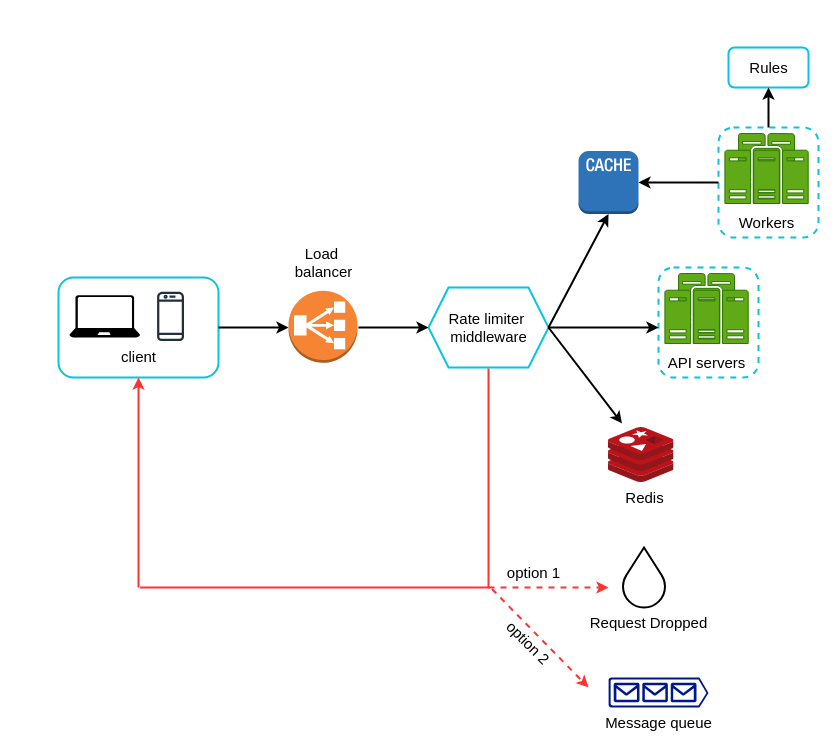
mohamedsugal/System-design keeps this draw.io diagram as Rate-limiter/Rate-limiter-design.drawio. Above is the earlier version. Source tidied: cells renumbered, new cells numbered last; positions are measured from the earlier drawing's top-left corner, leaving out a move shared by most shapes. Both pictures are drawn from the tidied source at 100%, with x=0, y=0 at pixel (58, 47).
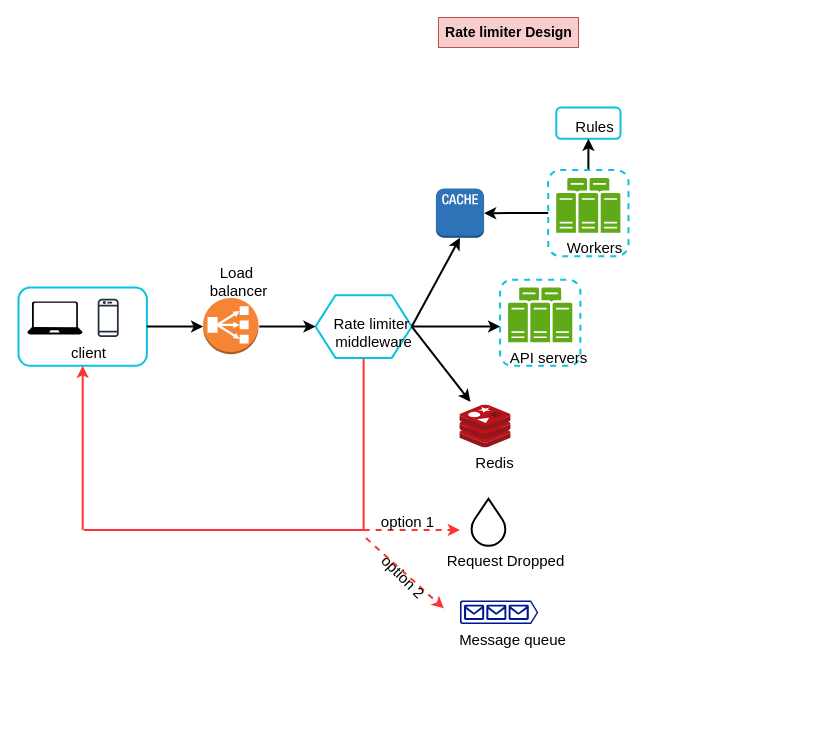
The same diagram, later.

The edit, as a diff of the source:
```diff
@@
+    <mxCell id="44" style="group;" parent="1" vertex="1">
+      <mxGeometry x="-40" y="60" width="610" height="540" as="geometry" />
+    </mxCell>
-    <mxCell id="2" style="rounded=1;whiteSpace=wrap;html=1;fillColor=none;strokeColor=#09C3E0;strokeWidth=2;" parent="1" vertex="1">
-      <mxGeometry y="230" width="160" height="100" as="geometry" />
+    <mxCell id="2" style="rounded=1;whiteSpace=wrap;html=1;fillColor=none;strokeColor=#09C3E0;strokeWidth=2;" parent="44" vertex="1">
+      <mxGeometry y="180" width="128.4" height="78.3" as="geometry" />
     </mxCell>
-    <mxCell id="3" style="sketch=0;fontColor=#232F3E;gradientColor=none;fillColor=#232F3D;strokeColor=none;dashed=0;verticalLabelPosition=bottom;verticalAlign=top;align=center;html=1;fontSize=12;fontStyle=0;shape=mxgraph.aws4.mobile_client;" parent="1" vertex="1">
-      <mxGeometry x="98.6" y="243.3" width="26.9" height="51.1" as="geometry" />
+    <mxCell id="3" style="sketch=0;fontColor=#232F3E;gradientColor=none;fillColor=#232F3D;strokeColor=none;dashed=0;verticalLabelPosition=bottom;verticalAlign=top;align=center;html=1;fontSize=12;fontStyle=0;shape=mxgraph.aws4.mobile_client;" parent="44" vertex="1">
+      <mxGeometry x="79.2" y="190.4" width="21" height="40" as="geometry" />
     </mxCell>
-    <mxCell id="4" value="&lt;font style=&quot;font-size: 15px;&quot;&gt;client&lt;/font&gt;" style="text;html=1;align=center;verticalAlign=middle;strokeColor=none;fillColor=none;" parent="1" vertex="1">
-      <mxGeometry x="50" y="294.4" width="60" height="30" as="geometry" />
+    <mxCell id="4" value="&lt;font style=&quot;font-size: 15px;&quot;&gt;client&lt;/font&gt;" style="text;html=1;align=center;verticalAlign=middle;strokeColor=none;fillColor=none;" parent="44" vertex="1">
+      <mxGeometry x="40.1" y="230.4" width="60" height="30" as="geometry" />
     </mxCell>
-    <mxCell id="5" style="sketch=0;shadow=0;dashed=0;html=1;strokeColor=none;labelPosition=center;verticalLabelPosition=bottom;verticalAlign=top;align=center;fillColor=#000000;shape=mxgraph.azure.laptop;" parent="1" vertex="1">
-      <mxGeometry x="11" y="247.7" width="70.5" height="42.3" as="geometry" />
+    <mxCell id="5" style="sketch=0;shadow=0;dashed=0;html=1;strokeColor=none;labelPosition=center;verticalLabelPosition=bottom;verticalAlign=top;align=center;fillColor=#000000;shape=mxgraph.azure.laptop;" parent="44" vertex="1">
+      <mxGeometry x="8.8" y="193.9" width="55.2" height="33.1" as="geometry" />
     </mxCell>
-    <mxCell id="6" style="endArrow=classic;html=1;rounded=0;strokeWidth=2;" parent="1" edge="1">
+    <mxCell id="6" style="endArrow=classic;html=1;rounded=0;strokeWidth=2;" parent="44" edge="1">
       <mxGeometry relative="1" as="geometry">
-        <mxPoint x="160" y="280" as="sourcePoint" />
-        <mxPoint x="230" y="280" as="targetPoint" />
+        <mxPoint x="128.4" y="219.1" as="sourcePoint" />
+        <mxPoint x="184.6" y="219.1" as="targetPoint" />
       </mxGeometry>
     </mxCell>
-    <mxCell id="7" style="group;" parent="1" vertex="1">
-      <mxGeometry x="370" y="240" width="120" height="84" as="geometry" />
+    <mxCell id="7" style="group;" parent="44" vertex="1">
+      <mxGeometry x="297" y="187.8" width="96.3" height="65.7" as="geometry" />
     </mxCell>
     <mxCell id="8" style="shape=hexagon;perimeter=hexagonPerimeter2;whiteSpace=wrap;html=1;fixedSize=1;strokeWidth=2;strokeColor=#09C3E0;" parent="7" vertex="1">
-      <mxGeometry width="120" height="80" as="geometry" />
+      <mxGeometry width="96.3" height="62.6" as="geometry" />
     </mxCell>
     <mxCell id="9" value="&lt;font style=&quot;font-size: 15px;&quot;&gt;Rate limiter&amp;nbsp;&lt;/font&gt;&lt;div style=&quot;font-size: 15px;&quot;&gt;&lt;font style=&quot;font-size: 15px;&quot;&gt;middleware&lt;/font&gt;&lt;/div&gt;&lt;div style=&quot;font-size: 15px;&quot;&gt;&lt;br&gt;&lt;/div&gt;" style="text;html=1;align=center;verticalAlign=middle;strokeColor=none;fillColor=none;" parent="7" vertex="1">
-      <mxGeometry x="10" y="14" width="100" height="70" as="geometry" />
+      <mxGeometry x="8" y="11" width="100" height="70" as="geometry" />
     </mxCell>
-    <mxCell id="10" style="dashed=0;verticalLabelPosition=bottom;verticalAlign=top;align=center;html=1;shape=mxgraph.aws3.classic_load_balancer;fillColor=#F58534;gradientColor=none;" parent="1" vertex="1">
-      <mxGeometry x="230" y="243.3" width="69" height="72" as="geometry" />
+    <mxCell id="10" style="dashed=0;verticalLabelPosition=bottom;verticalAlign=top;align=center;html=1;shape=mxgraph.aws3.classic_load_balancer;fillColor=#F58534;gradientColor=none;" parent="44" vertex="1">
+      <mxGeometry x="184.6" y="190.4" width="55.4" height="56.3" as="geometry" />
     </mxCell>
-    <mxCell id="11" style="endArrow=classic;html=1;rounded=0;strokeWidth=2;" parent="1" edge="1">
+    <mxCell id="11" style="endArrow=classic;html=1;rounded=0;strokeWidth=2;" parent="44" edge="1">
       <mxGeometry relative="1" as="geometry">
-        <mxPoint x="300" y="280" as="sourcePoint" />
-        <mxPoint x="370" y="280" as="targetPoint" />
+        <mxPoint x="240.8" y="219.1" as="sourcePoint" />
+        <mxPoint x="297" y="219.1" as="targetPoint" />
       </mxGeometry>
     </mxCell>
-    <mxCell id="12" value="&lt;font style=&quot;font-size: 15px;&quot;&gt;Load&amp;nbsp;&lt;/font&gt;&lt;div style=&quot;font-size: 15px;&quot;&gt;&lt;font style=&quot;font-size: 15px;&quot;&gt;balancer&lt;/font&gt;&lt;/div&gt;" style="text;html=1;align=center;verticalAlign=middle;strokeColor=none;fillColor=none;" parent="1" vertex="1">
-      <mxGeometry x="224.5" y="190" width="80" height="50" as="geometry" />
+    <mxCell id="12" value="&lt;font style=&quot;font-size: 15px;&quot;&gt;Load&amp;nbsp;&lt;/font&gt;&lt;div style=&quot;font-size: 15px;&quot;&gt;&lt;font style=&quot;font-size: 15px;&quot;&gt;balancer&lt;/font&gt;&lt;/div&gt;" style="text;html=1;align=center;verticalAlign=middle;strokeColor=none;fillColor=none;" parent="44" vertex="1">
+      <mxGeometry x="180.2" y="148.7" width="80" height="50" as="geometry" />
     </mxCell>
-    <mxCell id="13" style="outlineConnect=0;dashed=0;verticalLabelPosition=bottom;verticalAlign=top;align=center;html=1;shape=mxgraph.aws3.cache_node;fillColor=#2E73B8;gradientColor=none;" parent="1" vertex="1">
-      <mxGeometry x="520" y="103.5" width="60" height="63" as="geometry" />
+    <mxCell id="13" style="outlineConnect=0;dashed=0;verticalLabelPosition=bottom;verticalAlign=top;align=center;html=1;shape=mxgraph.aws3.cache_node;fillColor=#2E73B8;gradientColor=none;" parent="44" vertex="1">
+      <mxGeometry x="417.4" y="81" width="48.2" height="49.3" as="geometry" />
     </mxCell>
-    <mxCell id="14" style="endArrow=classic;html=1;rounded=0;entryX=0.5;entryY=1;entryDx=0;entryDy=0;entryPerimeter=0;strokeWidth=2;" parent="1" edge="1" target="13">
+    <mxCell id="14" style="endArrow=classic;html=1;rounded=0;entryX=0.5;entryY=1;entryDx=0;entryDy=0;entryPerimeter=0;strokeWidth=2;" parent="44" edge="1" target="13">
       <mxGeometry relative="1" as="geometry">
-        <mxPoint x="490" y="280" as="sourcePoint" />
+        <mxPoint x="393.3" y="219.1" as="sourcePoint" />
       </mxGeometry>
     </mxCell>
-    <mxCell id="15" style="group;" parent="1" vertex="1">
-      <mxGeometry x="660" y="80" width="100" height="110" as="geometry" />
-    </mxCell>
-    <mxCell id="16" style="sketch=0;shadow=0;dashed=0;html=1;strokeColor=#2D7600;labelPosition=center;verticalLabelPosition=bottom;verticalAlign=top;align=center;fillColor=#60a917;shape=mxgraph.mscae.enterprise.cluster_server;fontColor=#ffffff;" parent="15" vertex="1">
-      <mxGeometry x="20" y="6" width="56" height="70" as="geometry" />
-    </mxCell>
-    <mxCell id="17" style="sketch=0;shadow=0;dashed=0;html=1;strokeColor=#2D7600;labelPosition=center;verticalLabelPosition=bottom;verticalAlign=top;align=center;fillColor=#60a917;shape=mxgraph.mscae.enterprise.server_farm;fontColor=#ffffff;" parent="15" vertex="1">
-      <mxGeometry x="6.4" y="22.7" width="83.3" height="53.3" as="geometry" />
-    </mxCell>
-    <mxCell id="18" style="rounded=1;whiteSpace=wrap;html=1;fillColor=none;dashed=1;strokeWidth=2;strokeColor=#09C3E0;" parent="15" vertex="1">
-      <mxGeometry width="100" height="110" as="geometry" />
-    </mxCell>
-    <mxCell id="19" value="&lt;font style=&quot;font-size: 15px;&quot;&gt;Workers&lt;/font&gt;" style="text;html=1;align=center;verticalAlign=middle;strokeColor=none;fillColor=none;" parent="15" vertex="1">
-      <mxGeometry x="8" y="80" width="80" height="30" as="geometry" />
-    </mxCell>
-    <mxCell id="20" style="rounded=1;whiteSpace=wrap;html=1;strokeColor=#09C3E0;strokeWidth=2;" parent="1" vertex="1">
-      <mxGeometry x="670" width="80" height="40" as="geometry" />
+    <mxCell id="20" style="rounded=1;whiteSpace=wrap;html=1;strokeColor=#09C3E0;strokeWidth=2;" parent="44" vertex="1">
+      <mxGeometry x="537.8" width="64.2" height="31.3" as="geometry" />
     </mxCell>
-    <mxCell id="21" value="&lt;font style=&quot;font-size: 15px;&quot;&gt;Rules&lt;/font&gt;" style="text;html=1;align=center;verticalAlign=middle;strokeColor=none;fillColor=none;strokeWidth=2;" parent="1" vertex="1">
-      <mxGeometry x="680" y="5" width="60" height="30" as="geometry" />
+    <mxCell id="21" value="&lt;font style=&quot;font-size: 15px;&quot;&gt;Rules&lt;/font&gt;" style="text;html=1;align=center;verticalAlign=middle;strokeColor=none;fillColor=none;strokeWidth=2;" parent="44" vertex="1">
+      <mxGeometry x="545.8" y="3.9" width="60" height="30" as="geometry" />
     </mxCell>
-    <mxCell id="22" style="edgeStyle=orthogonalEdgeStyle;rounded=0;jettySize=auto;html=1;entryX=0.5;entryY=1;entryDx=0;entryDy=0;strokeWidth=2;" parent="1" edge="1" source="18" target="20">
+    <mxCell id="22" style="edgeStyle=orthogonalEdgeStyle;rounded=0;jettySize=auto;html=1;entryX=0.5;entryY=1;entryDx=0;entryDy=0;strokeWidth=2;" parent="44" edge="1" source="18" target="20">
       <mxGeometry relative="1" as="geometry" />
     </mxCell>
-    <mxCell id="23" style="edgeStyle=orthogonalEdgeStyle;rounded=0;jettySize=auto;html=1;strokeWidth=2;" parent="1" edge="1" source="18" target="13">
+    <mxCell id="23" style="edgeStyle=orthogonalEdgeStyle;rounded=0;jettySize=auto;html=1;strokeWidth=2;" parent="44" edge="1" source="18" target="13">
       <mxGeometry relative="1" as="geometry" />
     </mxCell>
-    <mxCell id="24" style="group;" parent="1" vertex="1">
-      <mxGeometry x="600" y="220" width="100" height="110" as="geometry" />
-    </mxCell>
-    <mxCell id="25" style="sketch=0;shadow=0;dashed=0;html=1;strokeColor=#2D7600;labelPosition=center;verticalLabelPosition=bottom;verticalAlign=top;align=center;fillColor=#60a917;shape=mxgraph.mscae.enterprise.cluster_server;fontColor=#ffffff;" parent="24" vertex="1">
-      <mxGeometry x="20" y="6" width="56" height="70" as="geometry" />
-    </mxCell>
-    <mxCell id="26" style="sketch=0;shadow=0;dashed=0;html=1;strokeColor=#2D7600;labelPosition=center;verticalLabelPosition=bottom;verticalAlign=top;align=center;fillColor=#60a917;shape=mxgraph.mscae.enterprise.server_farm;fontColor=#ffffff;" parent="24" vertex="1">
-      <mxGeometry x="6.4" y="22.7" width="83.3" height="53.3" as="geometry" />
-    </mxCell>
-    <mxCell id="27" style="rounded=1;whiteSpace=wrap;html=1;fillColor=none;dashed=1;strokeWidth=2;strokeColor=#09C3E0;" parent="24" vertex="1">
-      <mxGeometry width="100" height="110" as="geometry" />
-    </mxCell>
-    <mxCell id="28" value="&lt;font style=&quot;font-size: 15px;&quot;&gt;API servers&lt;/font&gt;" style="text;html=1;align=center;verticalAlign=middle;strokeColor=none;fillColor=none;" parent="24" vertex="1">
-      <mxGeometry x="-2" y="80" width="100" height="30" as="geometry" />
-    </mxCell>
-    <mxCell id="29" style="endArrow=classic;html=1;rounded=0;strokeWidth=2;" parent="1" edge="1">
+    <mxCell id="29" style="endArrow=classic;html=1;rounded=0;strokeWidth=2;" parent="44" edge="1">
       <mxGeometry relative="1" as="geometry">
-        <mxPoint x="490" y="280" as="sourcePoint" />
-        <mxPoint x="600" y="280" as="targetPoint" />
+        <mxPoint x="393.3" y="219.1" as="sourcePoint" />
+        <mxPoint x="481.6" y="219.1" as="targetPoint" />
       </mxGeometry>
     </mxCell>
-    <mxCell id="30" style="image;sketch=0;html=1;points=[];align=center;fontSize=12;image=img/lib/mscae/Cache_Redis_Product.svg;" parent="1" vertex="1">
-      <mxGeometry x="550" y="380" width="65.5" height="55" as="geometry" />
+    <mxCell id="30" style="image;sketch=0;html=1;points=[];align=center;fontSize=12;image=img/lib/mscae/Cache_Redis_Product.svg;" parent="44" vertex="1">
+      <mxGeometry x="441.4" y="297.4" width="51.2" height="43" as="geometry" />
     </mxCell>
-    <mxCell id="31" value="&lt;font style=&quot;font-size: 15px;&quot;&gt;Redis&lt;/font&gt;" style="text;html=1;align=center;verticalAlign=middle;strokeColor=none;fillColor=none;" parent="1" vertex="1">
-      <mxGeometry x="555.5" y="435" width="60" height="30" as="geometry" />
+    <mxCell id="31" value="&lt;font style=&quot;font-size: 15px;&quot;&gt;Redis&lt;/font&gt;" style="text;html=1;align=center;verticalAlign=middle;strokeColor=none;fillColor=none;" parent="44" vertex="1">
+      <mxGeometry x="445.8" y="340.4" width="60" height="30" as="geometry" />
     </mxCell>
-    <mxCell id="32" style="endArrow=classic;html=1;rounded=0;strokeWidth=2;entryX=0.206;entryY=-0.073;entryDx=0;entryDy=0;entryPerimeter=0;" parent="1" edge="1" target="30">
+    <mxCell id="32" style="endArrow=classic;html=1;rounded=0;strokeWidth=2;entryX=0.206;entryY=-0.073;entryDx=0;entryDy=0;entryPerimeter=0;" parent="44" edge="1" target="30">
       <mxGeometry relative="1" as="geometry">
-        <mxPoint x="490" y="280" as="sourcePoint" />
+        <mxPoint x="393.3" y="219.1" as="sourcePoint" />
       </mxGeometry>
     </mxCell>
-    <mxCell id="33" style="endArrow=none;html=1;rounded=0;fillColor=#e51400;strokeColor=#FF3333;strokeWidth=2;" parent="1" edge="1">
+    <mxCell id="33" style="endArrow=none;html=1;rounded=0;fillColor=#e51400;strokeColor=#FF3333;strokeWidth=2;" parent="44" edge="1">
       <mxGeometry relative="1" as="geometry">
-        <mxPoint x="430" y="540" as="sourcePoint" />
-        <mxPoint x="430" y="321" as="targetPoint" />
+        <mxPoint x="345.1" y="422.6" as="sourcePoint" />
+        <mxPoint x="345.1" y="251.2" as="targetPoint" />
       </mxGeometry>
     </mxCell>
-    <mxCell id="34" style="endArrow=none;html=1;rounded=0;fillColor=#e51400;strokeColor=#FF3333;strokeWidth=2;" parent="1" edge="1">
+    <mxCell id="34" style="endArrow=none;html=1;rounded=0;fillColor=#e51400;strokeColor=#FF3333;strokeWidth=2;" parent="44" edge="1">
       <mxGeometry relative="1" as="geometry">
-        <mxPoint x="81.5" y="540" as="sourcePoint" />
-        <mxPoint x="431.5" y="540" as="targetPoint" />
+        <mxPoint x="65.4" y="422.6" as="sourcePoint" />
+        <mxPoint x="346.3" y="422.6" as="targetPoint" />
       </mxGeometry>
     </mxCell>
-    <mxCell id="35" style="endArrow=classic;html=1;rounded=0;entryX=0.5;entryY=1;entryDx=0;entryDy=0;fillColor=#e51400;strokeColor=#FF3333;strokeWidth=2;" parent="1" edge="1" target="2">
+    <mxCell id="35" style="endArrow=classic;html=1;rounded=0;entryX=0.5;entryY=1;entryDx=0;entryDy=0;fillColor=#e51400;strokeColor=#FF3333;strokeWidth=2;" parent="44" edge="1" target="2">
       <mxGeometry relative="1" as="geometry">
-        <mxPoint x="80" y="540" as="sourcePoint" />
+        <mxPoint x="64.2" y="422.6" as="sourcePoint" />
       </mxGeometry>
     </mxCell>
-    <mxCell id="36" style="endArrow=classic;html=1;rounded=0;strokeColor=#FF3333;strokeWidth=2;dashed=1;" parent="1" edge="1">
+    <mxCell id="36" style="endArrow=classic;html=1;rounded=0;strokeColor=#FF3333;strokeWidth=2;dashed=1;" parent="44" edge="1">
       <mxGeometry relative="1" as="geometry">
-        <mxPoint x="430" y="540" as="sourcePoint" />
-        <mxPoint x="550" y="540" as="targetPoint" />
+        <mxPoint x="345.1" y="422.6" as="sourcePoint" />
+        <mxPoint x="441.4" y="422.6" as="targetPoint" />
       </mxGeometry>
     </mxCell>
-    <mxCell id="37" style="verticalLabelPosition=bottom;verticalAlign=top;html=1;shape=mxgraph.basic.drop;strokeWidth=2;" parent="1" vertex="1">
-      <mxGeometry x="564.5" y="500" width="42" height="60" as="geometry" />
+    <mxCell id="37" style="verticalLabelPosition=bottom;verticalAlign=top;html=1;shape=mxgraph.basic.drop;strokeWidth=2;" parent="44" vertex="1">
+      <mxGeometry x="453.1" y="391.3" width="33.7" height="47" as="geometry" />
     </mxCell>
-    <mxCell id="38" value="&lt;font style=&quot;font-size: 15px;&quot;&gt;Request Dropped&lt;/font&gt;" style="text;html=1;align=center;verticalAlign=middle;strokeColor=none;fillColor=none;" parent="1" vertex="1">
-      <mxGeometry x="520" y="560" width="140" height="30" as="geometry" />
+    <mxCell id="38" value="&lt;font style=&quot;font-size: 15px;&quot;&gt;Request Dropped&lt;/font&gt;" style="text;html=1;align=center;verticalAlign=middle;strokeColor=none;fillColor=none;" parent="44" vertex="1">
+      <mxGeometry x="417.4" y="438.3" width="140" height="30" as="geometry" />
     </mxCell>
-    <mxCell id="39" value="&lt;font style=&quot;font-size: 15px;&quot;&gt;option 1&lt;/font&gt;" style="text;html=1;align=center;verticalAlign=middle;points=[];strokeColor=none;fillColor=none;" parent="1" vertex="1">
-      <mxGeometry x="435" y="510" width="80" height="30" as="geometry" />
+    <mxCell id="39" value="&lt;font style=&quot;font-size: 15px;&quot;&gt;option 1&lt;/font&gt;" style="text;html=1;align=center;verticalAlign=middle;points=[];strokeColor=none;fillColor=none;" parent="44" vertex="1">
+      <mxGeometry x="349.1" y="399.1" width="80" height="30" as="geometry" />
     </mxCell>
-    <mxCell id="40" style="endArrow=classic;html=1;rounded=0;strokeColor=#FF3333;strokeWidth=2;dashed=1;exitX=-0.019;exitY=1.05;exitDx=0;exitDy=0;exitPerimeter=0;" parent="1" edge="1" source="39">
+    <mxCell id="40" style="endArrow=classic;html=1;rounded=0;strokeColor=#FF3333;strokeWidth=2;dashed=1;exitX=-0.019;exitY=1.05;exitDx=0;exitDy=0;exitPerimeter=0;" parent="44" edge="1" source="39">
       <mxGeometry relative="1" as="geometry">
-        <mxPoint x="530" y="640" as="targetPoint" />
+        <mxPoint x="425.4" y="500.9" as="targetPoint" />
       </mxGeometry>
     </mxCell>
-    <mxCell id="41" value="&lt;font style=&quot;font-size: 15px;&quot;&gt;option 2&lt;/font&gt;" style="text;html=1;align=center;verticalAlign=middle;strokeColor=none;fillColor=none;rotation=45;" parent="1" vertex="1">
-      <mxGeometry x="430" y="580" width="80" height="30" as="geometry" />
+    <mxCell id="41" value="&lt;font style=&quot;font-size: 15px;&quot;&gt;option 2&lt;/font&gt;" style="text;html=1;align=center;verticalAlign=middle;strokeColor=none;fillColor=none;rotation=45;" parent="44" vertex="1">
+      <mxGeometry x="345.1" y="453.9" width="80" height="30" as="geometry" />
     </mxCell>
-    <mxCell id="42" style="sketch=0;shadow=0;dashed=0;html=1;strokeColor=none;labelPosition=center;verticalLabelPosition=bottom;verticalAlign=top;align=center;fillColor=#00188D;shape=mxgraph.azure.queue_generic;" parent="1" vertex="1">
-      <mxGeometry x="550" y="630" width="100" height="30" as="geometry" />
+    <mxCell id="42" style="sketch=0;shadow=0;dashed=0;html=1;strokeColor=none;labelPosition=center;verticalLabelPosition=bottom;verticalAlign=top;align=center;fillColor=#00188D;shape=mxgraph.azure.queue_generic;" parent="44" vertex="1">
+      <mxGeometry x="441.4" y="493" width="78.3" height="23.5" as="geometry" />
     </mxCell>
-    <mxCell id="43" value="&lt;font style=&quot;font-size: 15px;&quot;&gt;Message queue&lt;/font&gt;" style="text;html=1;align=center;verticalAlign=middle;strokeColor=none;fillColor=none;" parent="1" vertex="1">
-      <mxGeometry x="535" y="660" width="130" height="30" as="geometry" />
+    <mxCell id="43" value="&lt;font style=&quot;font-size: 15px;&quot;&gt;Message queue&lt;/font&gt;" style="text;html=1;align=center;verticalAlign=middle;strokeColor=none;fillColor=none;" parent="44" vertex="1">
+      <mxGeometry x="429.4" y="516.5" width="130" height="30" as="geometry" />
     </mxCell>
+    <mxCell id="45" style="group;" parent="44" vertex="1">
+      <mxGeometry x="529.7" y="62.6" width="80.3" height="86.1" as="geometry" />
+    </mxCell>
+    <mxCell id="18" style="rounded=1;whiteSpace=wrap;html=1;fillColor=none;dashed=1;strokeWidth=2;strokeColor=#09C3E0;" parent="45" vertex="1">
+      <mxGeometry width="80.3" height="86.1" as="geometry" />
+    </mxCell>
+    <mxCell id="46" style="sketch=0;shadow=0;dashed=0;html=1;strokeColor=none;labelPosition=center;verticalLabelPosition=bottom;verticalAlign=top;align=center;shape=mxgraph.office.servers.physical_host_farm;fillColor=#60A917;" parent="45" vertex="1">
+      <mxGeometry x="8" y="7.8" width="64.2" height="54.8" as="geometry" />
+    </mxCell>
+    <mxCell id="19" value="&lt;font style=&quot;font-size: 15px;&quot;&gt;Workers&lt;/font&gt;" style="text;html=1;align=center;verticalAlign=middle;strokeColor=none;fillColor=none;" parent="45" vertex="1">
+      <mxGeometry x="6.4" y="62.6" width="80" height="30" as="geometry" />
+    </mxCell>
+    <mxCell id="47" style="group;" parent="44" vertex="1">
+      <mxGeometry x="480" y="172.2" width="81.9" height="86.1" as="geometry" />
+    </mxCell>
+    <mxCell id="27" style="rounded=1;whiteSpace=wrap;html=1;fillColor=none;dashed=1;strokeWidth=2;strokeColor=#09C3E0;" parent="47" vertex="1">
+      <mxGeometry x="1.6" width="80.3" height="86.1" as="geometry" />
+    </mxCell>
+    <mxCell id="28" value="&lt;font style=&quot;font-size: 15px;&quot;&gt;API servers&lt;/font&gt;" style="text;html=1;align=center;verticalAlign=middle;strokeColor=none;fillColor=none;" parent="47" vertex="1">
+      <mxGeometry y="62.6" width="100" height="30" as="geometry" />
+    </mxCell>
+    <mxCell id="48" style="sketch=0;shadow=0;dashed=0;html=1;strokeColor=none;labelPosition=center;verticalLabelPosition=bottom;verticalAlign=top;align=center;shape=mxgraph.office.servers.physical_host_farm;fillColor=#60A917;" parent="47" vertex="1">
+      <mxGeometry x="9.6" y="7.8" width="64.2" height="54.8" as="geometry" />
+    </mxCell>
+    <mxCell id="49" value="Rate limiter Design" style="text;html=1;align=center;verticalAlign=middle;strokeColor=#b85450;fillColor=#f8cecc;fontSize=14;fontStyle=1;" parent="1" vertex="1">
+      <mxGeometry x="380" y="-30" width="140" height="30" as="geometry" />
+    </mxCell>
```
